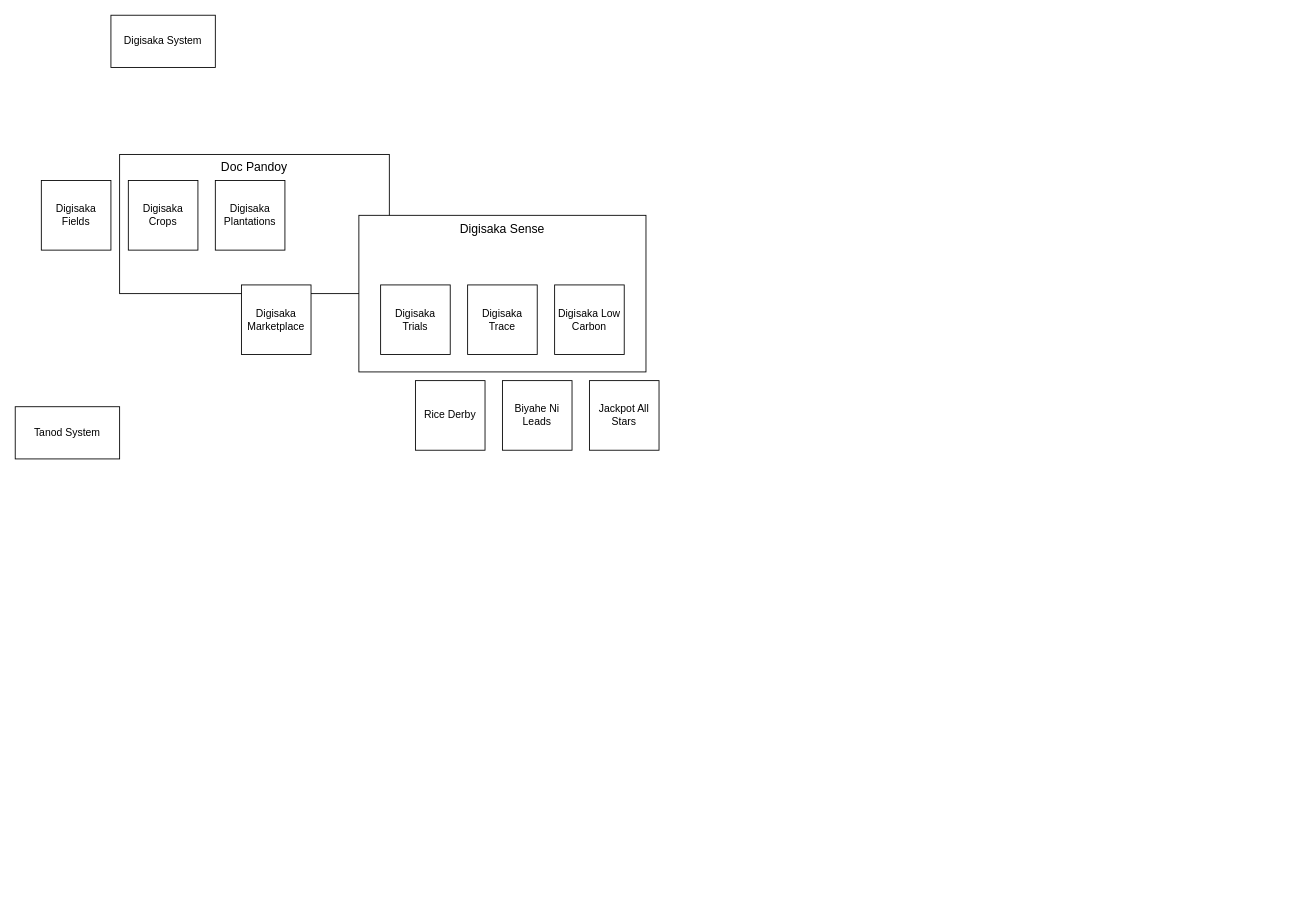
arnanaraza/diagrams keeps this draw.io diagram as digisaks_overalldiagramski.drawio. Above is the earlier version. Source tidied: cells renumbered, new cells numbered last; positions are measured from the earlier drawing's top-left corner, leaving out a move shared by most shapes. Both pictures are drawn from the tidied source at 87%, with x=0, y=0 at pixel (15, 15).
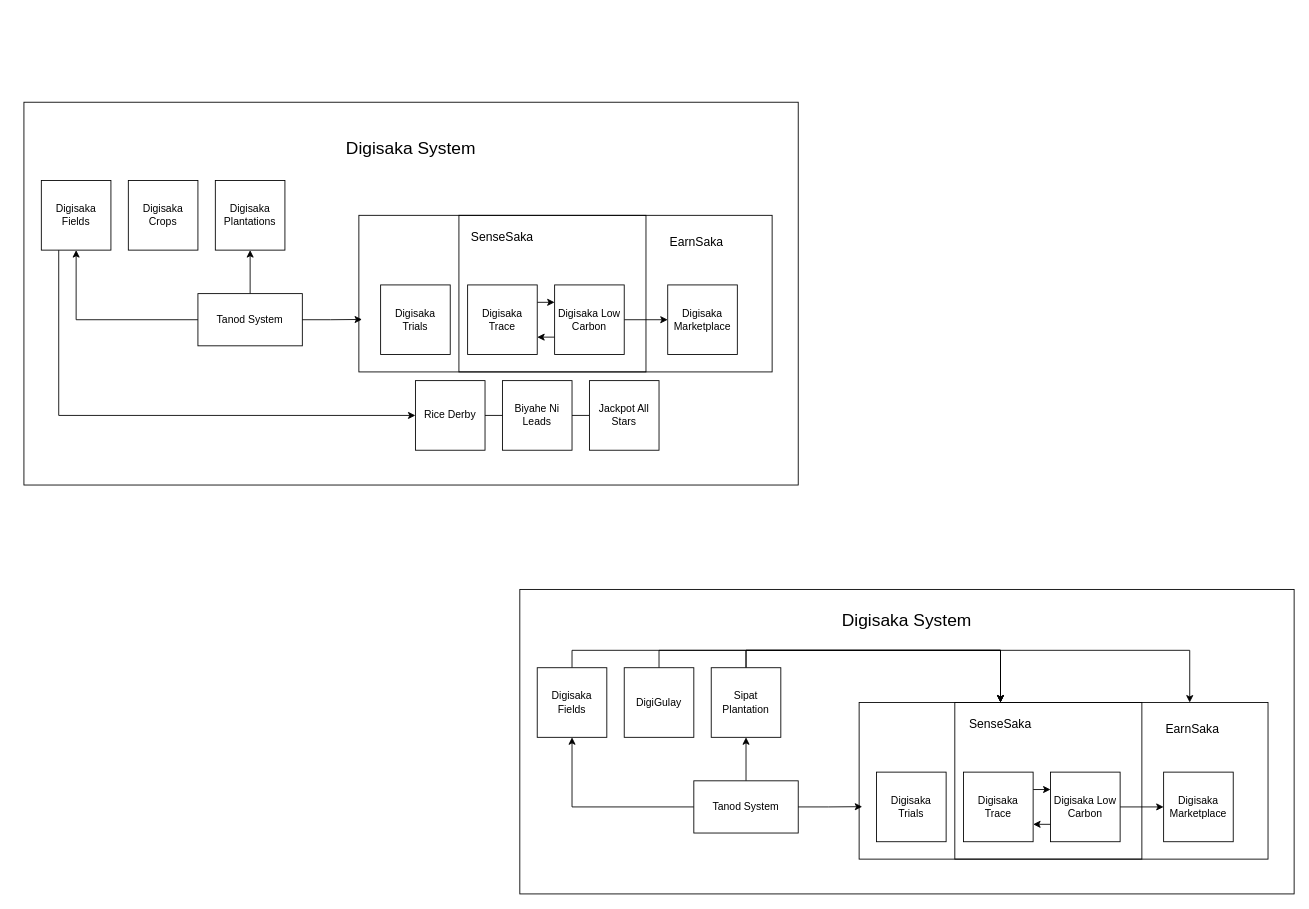
The same diagram, later.

The change refers to these unchanged cells:
```xml
<mxCell id="4" value="Digisaka Fields" style="whiteSpace=wrap;html=1;" parent="1" vertex="1">
  <mxGeometry x="30" y="190" width="80" height="80" as="geometry" />
</mxCell>
<mxCell id="6" value="Digisaka Plantations" style="whiteSpace=wrap;html=1;" parent="1" vertex="1">
  <mxGeometry x="230" y="190" width="80" height="80" as="geometry" />
</mxCell>
<mxCell id="7" value="Digisaka Trace" style="whiteSpace=wrap;html=1;" parent="1" vertex="1">
  <mxGeometry x="520" y="310" width="80" height="80" as="geometry" />
</mxCell>
<mxCell id="8" value="Digisaka Low Carbon" style="whiteSpace=wrap;html=1;" parent="1" vertex="1">
  <mxGeometry x="620" y="310" width="80" height="80" as="geometry" />
</mxCell>
<mxCell id="12" value="Biyahe Ni Leads" style="whiteSpace=wrap;html=1;" parent="1" vertex="1">
  <mxGeometry x="560" y="420" width="80" height="80" as="geometry" />
</mxCell>
<mxCell id="13" value="Jackpot All Stars" style="whiteSpace=wrap;html=1;" parent="1" vertex="1">
  <mxGeometry x="660" y="420" width="80" height="80" as="geometry" />
</mxCell>
<mxCell id="14" value="Rice Derby" style="whiteSpace=wrap;html=1;" parent="1" vertex="1">
  <mxGeometry x="460" y="420" width="80" height="80" as="geometry" />
</mxCell>
```

Change to the diagram source:
```diff
@@
-    <mxCell id="2" value="&lt;div&gt;&lt;span style=&quot;font-size: 14px;&quot;&gt;Doc Pandoy&lt;/span&gt;&lt;/div&gt;&lt;div&gt;&lt;span style=&quot;font-size: 14px;&quot;&gt;&lt;br&gt;&lt;/span&gt;&lt;/div&gt;&lt;div&gt;&lt;span style=&quot;font-size: 14px;&quot;&gt;&lt;br&gt;&lt;/span&gt;&lt;/div&gt;&lt;div&gt;&lt;span style=&quot;font-size: 14px;&quot;&gt;&lt;br&gt;&lt;/span&gt;&lt;/div&gt;&lt;div&gt;&lt;span style=&quot;font-size: 14px;&quot;&gt;&lt;br&gt;&lt;/span&gt;&lt;/div&gt;&lt;div&gt;&lt;span style=&quot;font-size: 14px;&quot;&gt;&lt;br&gt;&lt;/span&gt;&lt;/div&gt;&lt;div&gt;&lt;span style=&quot;font-size: 14px;&quot;&gt;&lt;br&gt;&lt;/span&gt;&lt;/div&gt;&lt;div&gt;&lt;span style=&quot;font-size: 14px;&quot;&gt;&lt;br&gt;&lt;/span&gt;&lt;/div&gt;&lt;div&gt;&lt;br&gt;&lt;/div&gt;" style="rounded=0;whiteSpace=wrap;html=1;" parent="1" vertex="1">
-      <mxGeometry x="120" y="160" width="310" height="160" as="geometry" />
-    </mxCell>
+    <mxCell id="10" value="&lt;font style=&quot;font-size: 20px;&quot;&gt;Digisaka System&lt;/font&gt;&lt;div&gt;&lt;font style=&quot;font-size: 20px;&quot;&gt;&lt;br&gt;&lt;/font&gt;&lt;/div&gt;&lt;div&gt;&lt;font style=&quot;font-size: 20px;&quot;&gt;&lt;br&gt;&lt;/font&gt;&lt;/div&gt;&lt;div&gt;&lt;font style=&quot;font-size: 20px;&quot;&gt;&lt;br&gt;&lt;/font&gt;&lt;/div&gt;&lt;div&gt;&lt;font style=&quot;font-size: 20px;&quot;&gt;&lt;br&gt;&lt;/font&gt;&lt;/div&gt;&lt;div&gt;&lt;font style=&quot;font-size: 20px;&quot;&gt;&lt;br&gt;&lt;/font&gt;&lt;/div&gt;&lt;div&gt;&lt;font style=&quot;font-size: 20px;&quot;&gt;&lt;br&gt;&lt;/font&gt;&lt;/div&gt;&lt;div&gt;&lt;font style=&quot;font-size: 20px;&quot;&gt;&lt;br&gt;&lt;/font&gt;&lt;/div&gt;&lt;div&gt;&lt;font style=&quot;font-size: 20px;&quot;&gt;&lt;br&gt;&lt;/font&gt;&lt;/div&gt;&lt;div&gt;&lt;font style=&quot;font-size: 20px;&quot;&gt;&lt;br&gt;&lt;/font&gt;&lt;/div&gt;&lt;div&gt;&lt;font style=&quot;font-size: 20px;&quot;&gt;&lt;br&gt;&lt;/font&gt;&lt;/div&gt;&lt;div&gt;&lt;font style=&quot;font-size: 20px;&quot;&gt;&lt;br&gt;&lt;/font&gt;&lt;/div&gt;&lt;div&gt;&lt;font style=&quot;font-size: 20px;&quot;&gt;&lt;br&gt;&lt;/font&gt;&lt;/div&gt;&lt;div&gt;&lt;font style=&quot;font-size: 20px;&quot;&gt;&lt;br&gt;&lt;/font&gt;&lt;/div&gt;&lt;div&gt;&lt;font style=&quot;font-size: 20px;&quot;&gt;&lt;br&gt;&lt;/font&gt;&lt;/div&gt;" style="rounded=0;whiteSpace=wrap;html=1;fillColor=none;" parent="1" vertex="1">
+      <mxGeometry x="10" y="100" width="890" height="440" as="geometry" />
+    </mxCell>
+    <mxCell id="16" value="&lt;div style=&quot;text-align: right;&quot;&gt;&lt;span style=&quot;font-size: 14px;&quot;&gt;&lt;span style=&quot;white-space: pre;&quot;&gt;&#9;&lt;/span&gt;&lt;span style=&quot;white-space: pre;&quot;&gt;&#9;&lt;/span&gt;&lt;span style=&quot;white-space: pre;&quot;&gt;&#9;&lt;/span&gt;&lt;span style=&quot;white-space: pre;&quot;&gt;&#9;&lt;/span&gt;&lt;span style=&quot;white-space: pre;&quot;&gt;&#9;&lt;/span&gt;&lt;span style=&quot;white-space: pre;&quot;&gt;&#9;&lt;/span&gt;EarnSaka&lt;/span&gt;&lt;/div&gt;&lt;div style=&quot;text-align: right;&quot;&gt;&lt;span style=&quot;font-size: 14px;&quot;&gt;&lt;br&gt;&lt;/span&gt;&lt;/div&gt;&lt;div style=&quot;text-align: right;&quot;&gt;&lt;span style=&quot;font-size: 14px;&quot;&gt;&lt;br&gt;&lt;/span&gt;&lt;/div&gt;&lt;div style=&quot;text-align: right;&quot;&gt;&lt;span style=&quot;font-size: 14px;&quot;&gt;&lt;br&gt;&lt;/span&gt;&lt;/div&gt;&lt;div style=&quot;text-align: right;&quot;&gt;&lt;span style=&quot;font-size: 14px;&quot;&gt;&lt;br&gt;&lt;/span&gt;&lt;/div&gt;&lt;div style=&quot;text-align: right;&quot;&gt;&lt;span style=&quot;font-size: 14px;&quot;&gt;&lt;br&gt;&lt;/span&gt;&lt;/div&gt;&lt;div style=&quot;text-align: right;&quot;&gt;&lt;span style=&quot;font-size: 14px;&quot;&gt;&lt;br&gt;&lt;/span&gt;&lt;/div&gt;&lt;div style=&quot;text-align: right;&quot;&gt;&lt;span style=&quot;font-size: 14px;&quot;&gt;&lt;br&gt;&lt;/span&gt;&lt;/div&gt;" style="rounded=0;whiteSpace=wrap;html=1;fillColor=none;" parent="1" vertex="1">
+      <mxGeometry x="510" y="230" width="360" height="180" as="geometry" />
+    </mxCell>
-    <mxCell id="3" value="&lt;font style=&quot;font-size: 14px;&quot;&gt;Digisaka Sense&lt;/font&gt;&lt;div&gt;&lt;font style=&quot;font-size: 14px;&quot;&gt;&lt;br&gt;&lt;/font&gt;&lt;/div&gt;&lt;div&gt;&lt;font style=&quot;font-size: 14px;&quot;&gt;&lt;br&gt;&lt;/font&gt;&lt;/div&gt;&lt;div&gt;&lt;font style=&quot;font-size: 14px;&quot;&gt;&lt;br&gt;&lt;/font&gt;&lt;/div&gt;&lt;div&gt;&lt;font style=&quot;font-size: 14px;&quot;&gt;&lt;br&gt;&lt;/font&gt;&lt;/div&gt;&lt;div&gt;&lt;font style=&quot;font-size: 14px;&quot;&gt;&lt;br&gt;&lt;/font&gt;&lt;/div&gt;&lt;div&gt;&lt;font style=&quot;font-size: 14px;&quot;&gt;&lt;br&gt;&lt;/font&gt;&lt;/div&gt;&lt;div&gt;&lt;font style=&quot;font-size: 14px;&quot;&gt;&lt;br&gt;&lt;/font&gt;&lt;/div&gt;&lt;div&gt;&lt;font style=&quot;font-size: 14px;&quot;&gt;&lt;br&gt;&lt;/font&gt;&lt;/div&gt;&lt;div&gt;&lt;br&gt;&lt;/div&gt;" style="rounded=0;whiteSpace=wrap;html=1;" parent="1" vertex="1">
+    <mxCell id="3" value="&lt;font style=&quot;font-size: 14px;&quot;&gt;SenseSaka&lt;/font&gt;&lt;div&gt;&lt;font style=&quot;font-size: 14px;&quot;&gt;&lt;br&gt;&lt;/font&gt;&lt;/div&gt;&lt;div&gt;&lt;font style=&quot;font-size: 14px;&quot;&gt;&lt;br&gt;&lt;/font&gt;&lt;/div&gt;&lt;div&gt;&lt;font style=&quot;font-size: 14px;&quot;&gt;&lt;br&gt;&lt;/font&gt;&lt;/div&gt;&lt;div&gt;&lt;br&gt;&lt;/div&gt;&lt;div&gt;&lt;font style=&quot;font-size: 14px;&quot;&gt;&lt;br&gt;&lt;/font&gt;&lt;/div&gt;&lt;div&gt;&lt;font style=&quot;font-size: 14px;&quot;&gt;&lt;br&gt;&lt;/font&gt;&lt;/div&gt;&lt;div&gt;&lt;font style=&quot;font-size: 14px;&quot;&gt;&lt;br&gt;&lt;/font&gt;&lt;/div&gt;&lt;div&gt;&lt;br&gt;&lt;/div&gt;" style="rounded=0;whiteSpace=wrap;html=1;fillColor=none;" parent="1" vertex="1">
       <mxGeometry x="395" y="230" width="330" height="180" as="geometry" />
     </mxCell>
+    <mxCell id="17" style="edgeStyle=orthogonalEdgeStyle;rounded=0;jettySize=auto;html=1;exitX=0.25;exitY=1;exitDx=0;exitDy=0;entryX=0;entryY=0.5;entryDx=0;entryDy=0;" parent="1" edge="1" source="4" target="14">
+      <mxGeometry relative="1" as="geometry" />
+    </mxCell>
@@
+    <mxCell id="18" style="edgeStyle=orthogonalEdgeStyle;rounded=0;jettySize=auto;html=1;exitX=1;exitY=0.25;exitDx=0;exitDy=0;entryX=0;entryY=0.25;entryDx=0;entryDy=0;" parent="1" edge="1" source="7" target="8">
+      <mxGeometry relative="1" as="geometry" />
+    </mxCell>
@@
+    <mxCell id="19" style="edgeStyle=orthogonalEdgeStyle;rounded=0;jettySize=auto;html=1;exitX=0;exitY=0.75;exitDx=0;exitDy=0;entryX=1;entryY=0.75;entryDx=0;entryDy=0;" parent="1" edge="1" source="8" target="7">
+      <mxGeometry relative="1" as="geometry" />
+    </mxCell>
+    <mxCell id="20" style="edgeStyle=orthogonalEdgeStyle;rounded=0;jettySize=auto;html=1;exitX=1;exitY=0.5;exitDx=0;exitDy=0;entryX=0;entryY=0.5;entryDx=0;entryDy=0;" parent="1" edge="1" source="8" target="11">
+      <mxGeometry relative="1" as="geometry" />
+    </mxCell>
@@
+    <mxCell id="21" style="edgeStyle=orthogonalEdgeStyle;rounded=0;jettySize=auto;html=1;exitX=0.5;exitY=0;exitDx=0;exitDy=0;entryX=0.5;entryY=1;entryDx=0;entryDy=0;" parent="1" edge="1" source="9" target="6">
+      <mxGeometry relative="1" as="geometry" />
+    </mxCell>
+    <mxCell id="22" style="edgeStyle=orthogonalEdgeStyle;rounded=0;jettySize=auto;html=1;exitX=0;exitY=0.5;exitDx=0;exitDy=0;entryX=0.5;entryY=1;entryDx=0;entryDy=0;" parent="1" edge="1" source="9" target="4">
+      <mxGeometry relative="1" as="geometry" />
+    </mxCell>
     <mxCell id="9" value="Tanod System" style="rounded=0;whiteSpace=wrap;html=1;" parent="1" vertex="1">
-      <mxGeometry y="450" width="120" height="60" as="geometry" />
+      <mxGeometry x="210" y="320" width="120" height="60" as="geometry" />
     </mxCell>
-    <mxCell id="10" value="Digisaka System" style="rounded=0;whiteSpace=wrap;html=1;" parent="1" vertex="1">
-      <mxGeometry x="110" width="120" height="60" as="geometry" />
-    </mxCell>
     <mxCell id="11" value="Digisaka Marketplace" style="whiteSpace=wrap;html=1;" parent="1" vertex="1">
-      <mxGeometry x="260" y="310" width="80" height="80" as="geometry" />
+      <mxGeometry x="750" y="310" width="80" height="80" as="geometry" />
     </mxCell>
+    <mxCell id="23" style="edgeStyle=orthogonalEdgeStyle;rounded=0;jettySize=auto;html=1;exitX=1;exitY=0.5;exitDx=0;exitDy=0;entryX=0;entryY=0.5;entryDx=0;entryDy=0;endArrow=none;endFill=0;" parent="1" edge="1" source="12" target="13">
+      <mxGeometry relative="1" as="geometry" />
+    </mxCell>
@@
+    <mxCell id="24" style="edgeStyle=orthogonalEdgeStyle;rounded=0;jettySize=auto;html=1;exitX=1;exitY=0.5;exitDx=0;exitDy=0;entryX=0;entryY=0.5;entryDx=0;entryDy=0;endArrow=none;endFill=0;" parent="1" edge="1" source="14" target="12">
+      <mxGeometry relative="1" as="geometry" />
+    </mxCell>
@@
+    <mxCell id="25" style="edgeStyle=orthogonalEdgeStyle;rounded=0;jettySize=auto;html=1;exitX=1;exitY=0.5;exitDx=0;exitDy=0;entryX=0.011;entryY=0.665;entryDx=0;entryDy=0;entryPerimeter=0;" parent="1" edge="1" source="9" target="3">
+      <mxGeometry relative="1" as="geometry" />
+    </mxCell>
+    <mxCell id="26" value="&lt;font style=&quot;font-size: 20px;&quot;&gt;Digisaka System&lt;/font&gt;&lt;div&gt;&lt;font style=&quot;font-size: 20px;&quot;&gt;&lt;br&gt;&lt;/font&gt;&lt;/div&gt;&lt;div&gt;&lt;font style=&quot;font-size: 20px;&quot;&gt;&lt;br&gt;&lt;/font&gt;&lt;/div&gt;&lt;div&gt;&lt;font style=&quot;font-size: 20px;&quot;&gt;&lt;br&gt;&lt;/font&gt;&lt;/div&gt;&lt;div&gt;&lt;font style=&quot;font-size: 20px;&quot;&gt;&lt;br&gt;&lt;/font&gt;&lt;/div&gt;&lt;div&gt;&lt;font style=&quot;font-size: 20px;&quot;&gt;&lt;br&gt;&lt;/font&gt;&lt;/div&gt;&lt;div&gt;&lt;font style=&quot;font-size: 20px;&quot;&gt;&lt;br&gt;&lt;/font&gt;&lt;/div&gt;&lt;div&gt;&lt;font style=&quot;font-size: 20px;&quot;&gt;&lt;br&gt;&lt;/font&gt;&lt;/div&gt;&lt;div&gt;&lt;font style=&quot;font-size: 20px;&quot;&gt;&lt;br&gt;&lt;/font&gt;&lt;/div&gt;&lt;div&gt;&lt;font style=&quot;font-size: 20px;&quot;&gt;&lt;br&gt;&lt;/font&gt;&lt;/div&gt;&lt;div&gt;&lt;font style=&quot;font-size: 20px;&quot;&gt;&lt;br&gt;&lt;/font&gt;&lt;/div&gt;&lt;div&gt;&lt;font style=&quot;font-size: 20px;&quot;&gt;&lt;br&gt;&lt;/font&gt;&lt;/div&gt;&lt;div&gt;&lt;br&gt;&lt;/div&gt;" style="rounded=0;whiteSpace=wrap;html=1;fillColor=none;" parent="1" vertex="1">
+      <mxGeometry x="580" y="660" width="890" height="350" as="geometry" />
+    </mxCell>
+    <mxCell id="27" value="&lt;div style=&quot;text-align: right;&quot;&gt;&lt;span style=&quot;font-size: 14px;&quot;&gt;&lt;span style=&quot;white-space: pre;&quot;&gt;&#9;&lt;/span&gt;&lt;span style=&quot;white-space: pre;&quot;&gt;&#9;&lt;/span&gt;&lt;span style=&quot;white-space: pre;&quot;&gt;&#9;&lt;/span&gt;&lt;span style=&quot;white-space: pre;&quot;&gt;&#9;&lt;/span&gt;&lt;span style=&quot;white-space: pre;&quot;&gt;&#9;&lt;/span&gt;&lt;span style=&quot;white-space: pre;&quot;&gt;&#9;&lt;/span&gt;EarnSaka&lt;/span&gt;&lt;/div&gt;&lt;div style=&quot;text-align: right;&quot;&gt;&lt;span style=&quot;font-size: 14px;&quot;&gt;&lt;br&gt;&lt;/span&gt;&lt;/div&gt;&lt;div style=&quot;text-align: right;&quot;&gt;&lt;span style=&quot;font-size: 14px;&quot;&gt;&lt;br&gt;&lt;/span&gt;&lt;/div&gt;&lt;div style=&quot;text-align: right;&quot;&gt;&lt;span style=&quot;font-size: 14px;&quot;&gt;&lt;br&gt;&lt;/span&gt;&lt;/div&gt;&lt;div style=&quot;text-align: right;&quot;&gt;&lt;span style=&quot;font-size: 14px;&quot;&gt;&lt;br&gt;&lt;/span&gt;&lt;/div&gt;&lt;div style=&quot;text-align: right;&quot;&gt;&lt;span style=&quot;font-size: 14px;&quot;&gt;&lt;br&gt;&lt;/span&gt;&lt;/div&gt;&lt;div style=&quot;text-align: right;&quot;&gt;&lt;span style=&quot;font-size: 14px;&quot;&gt;&lt;br&gt;&lt;/span&gt;&lt;/div&gt;&lt;div style=&quot;text-align: right;&quot;&gt;&lt;span style=&quot;font-size: 14px;&quot;&gt;&lt;br&gt;&lt;/span&gt;&lt;/div&gt;" style="rounded=0;whiteSpace=wrap;html=1;fillColor=none;" parent="1" vertex="1">
+      <mxGeometry x="1080" y="790" width="360" height="180" as="geometry" />
+    </mxCell>
+    <mxCell id="28" value="&lt;font style=&quot;font-size: 14px;&quot;&gt;SenseSaka&lt;/font&gt;&lt;div&gt;&lt;font style=&quot;font-size: 14px;&quot;&gt;&lt;br&gt;&lt;/font&gt;&lt;/div&gt;&lt;div&gt;&lt;font style=&quot;font-size: 14px;&quot;&gt;&lt;br&gt;&lt;/font&gt;&lt;/div&gt;&lt;div&gt;&lt;font style=&quot;font-size: 14px;&quot;&gt;&lt;br&gt;&lt;/font&gt;&lt;/div&gt;&lt;div&gt;&lt;br&gt;&lt;/div&gt;&lt;div&gt;&lt;font style=&quot;font-size: 14px;&quot;&gt;&lt;br&gt;&lt;/font&gt;&lt;/div&gt;&lt;div&gt;&lt;font style=&quot;font-size: 14px;&quot;&gt;&lt;br&gt;&lt;/font&gt;&lt;/div&gt;&lt;div&gt;&lt;font style=&quot;font-size: 14px;&quot;&gt;&lt;br&gt;&lt;/font&gt;&lt;/div&gt;&lt;div&gt;&lt;br&gt;&lt;/div&gt;" style="rounded=0;whiteSpace=wrap;html=1;fillColor=none;" parent="1" vertex="1">
+      <mxGeometry x="970" y="790" width="325" height="180" as="geometry" />
+    </mxCell>
+    <mxCell id="29" style="edgeStyle=orthogonalEdgeStyle;rounded=0;jettySize=auto;html=1;exitX=0.5;exitY=0;exitDx=0;exitDy=0;entryX=0.5;entryY=0;entryDx=0;entryDy=0;" parent="1" edge="1" source="30" target="28">
+      <mxGeometry relative="1" as="geometry" />
+    </mxCell>
+    <mxCell id="30" value="Digisaka Fields" style="whiteSpace=wrap;html=1;" parent="1" vertex="1">
+      <mxGeometry x="600" y="750" width="80" height="80" as="geometry" />
+    </mxCell>
+    <mxCell id="31" style="edgeStyle=orthogonalEdgeStyle;rounded=0;jettySize=auto;html=1;exitX=0.5;exitY=0;exitDx=0;exitDy=0;entryX=0.5;entryY=0;entryDx=0;entryDy=0;" parent="1" edge="1" source="32" target="28">
+      <mxGeometry relative="1" as="geometry" />
+    </mxCell>
+    <mxCell id="32" value="DigiGulay" style="whiteSpace=wrap;html=1;" parent="1" vertex="1">
+      <mxGeometry x="700" y="750" width="80" height="80" as="geometry" />
+    </mxCell>
+    <mxCell id="33" style="edgeStyle=orthogonalEdgeStyle;rounded=0;jettySize=auto;html=1;exitX=0.5;exitY=0;exitDx=0;exitDy=0;entryX=0.5;entryY=0;entryDx=0;entryDy=0;" parent="1" edge="1" source="35" target="28">
+      <mxGeometry relative="1" as="geometry" />
+    </mxCell>
+    <mxCell id="34" style="edgeStyle=orthogonalEdgeStyle;rounded=0;jettySize=auto;html=1;exitX=0.5;exitY=0;exitDx=0;exitDy=0;entryX=0.75;entryY=0;entryDx=0;entryDy=0;" parent="1" edge="1" source="35" target="27">
+      <mxGeometry relative="1" as="geometry" />
+    </mxCell>
+    <mxCell id="35" value="Sipat Plantation" style="whiteSpace=wrap;html=1;" parent="1" vertex="1">
+      <mxGeometry x="800" y="750" width="80" height="80" as="geometry" />
+    </mxCell>
+    <mxCell id="36" style="edgeStyle=orthogonalEdgeStyle;rounded=0;jettySize=auto;html=1;exitX=1;exitY=0.25;exitDx=0;exitDy=0;entryX=0;entryY=0.25;entryDx=0;entryDy=0;" parent="1" edge="1" source="37" target="40">
+      <mxGeometry relative="1" as="geometry" />
+    </mxCell>
+    <mxCell id="37" value="Digisaka Trace" style="whiteSpace=wrap;html=1;" parent="1" vertex="1">
+      <mxGeometry x="1090" y="870" width="80" height="80" as="geometry" />
+    </mxCell>
+    <mxCell id="38" style="edgeStyle=orthogonalEdgeStyle;rounded=0;jettySize=auto;html=1;exitX=0;exitY=0.75;exitDx=0;exitDy=0;entryX=1;entryY=0.75;entryDx=0;entryDy=0;" parent="1" edge="1" source="40" target="37">
+      <mxGeometry relative="1" as="geometry" />
+    </mxCell>
+    <mxCell id="39" style="edgeStyle=orthogonalEdgeStyle;rounded=0;jettySize=auto;html=1;exitX=1;exitY=0.5;exitDx=0;exitDy=0;entryX=0;entryY=0.5;entryDx=0;entryDy=0;" parent="1" edge="1" source="40" target="44">
+      <mxGeometry relative="1" as="geometry" />
+    </mxCell>
+    <mxCell id="40" value="Digisaka Low Carbon" style="whiteSpace=wrap;html=1;" parent="1" vertex="1">
+      <mxGeometry x="1190" y="870" width="80" height="80" as="geometry" />
+    </mxCell>
+    <mxCell id="41" style="edgeStyle=orthogonalEdgeStyle;rounded=0;jettySize=auto;html=1;exitX=0.5;exitY=0;exitDx=0;exitDy=0;entryX=0.5;entryY=1;entryDx=0;entryDy=0;" parent="1" edge="1" source="43" target="35">
+      <mxGeometry relative="1" as="geometry" />
+    </mxCell>
+    <mxCell id="42" style="edgeStyle=orthogonalEdgeStyle;rounded=0;jettySize=auto;html=1;exitX=0;exitY=0.5;exitDx=0;exitDy=0;entryX=0.5;entryY=1;entryDx=0;entryDy=0;" parent="1" edge="1" source="43" target="30">
+      <mxGeometry relative="1" as="geometry" />
+    </mxCell>
+    <mxCell id="43" value="Tanod System" style="rounded=0;whiteSpace=wrap;html=1;" parent="1" vertex="1">
+      <mxGeometry x="780" y="880" width="120" height="60" as="geometry" />
+    </mxCell>
+    <mxCell id="44" value="Digisaka Marketplace" style="whiteSpace=wrap;html=1;" parent="1" vertex="1">
+      <mxGeometry x="1320" y="870" width="80" height="80" as="geometry" />
+    </mxCell>
+    <mxCell id="45" value="Digisaka Trials" style="whiteSpace=wrap;html=1;" parent="1" vertex="1">
+      <mxGeometry x="990" y="870" width="80" height="80" as="geometry" />
+    </mxCell>
+    <mxCell id="46" style="edgeStyle=orthogonalEdgeStyle;rounded=0;jettySize=auto;html=1;exitX=1;exitY=0.5;exitDx=0;exitDy=0;entryX=0.011;entryY=0.665;entryDx=0;entryDy=0;entryPerimeter=0;" parent="1" edge="1" source="43" target="28">
+      <mxGeometry relative="1" as="geometry" />
+    </mxCell>
```
